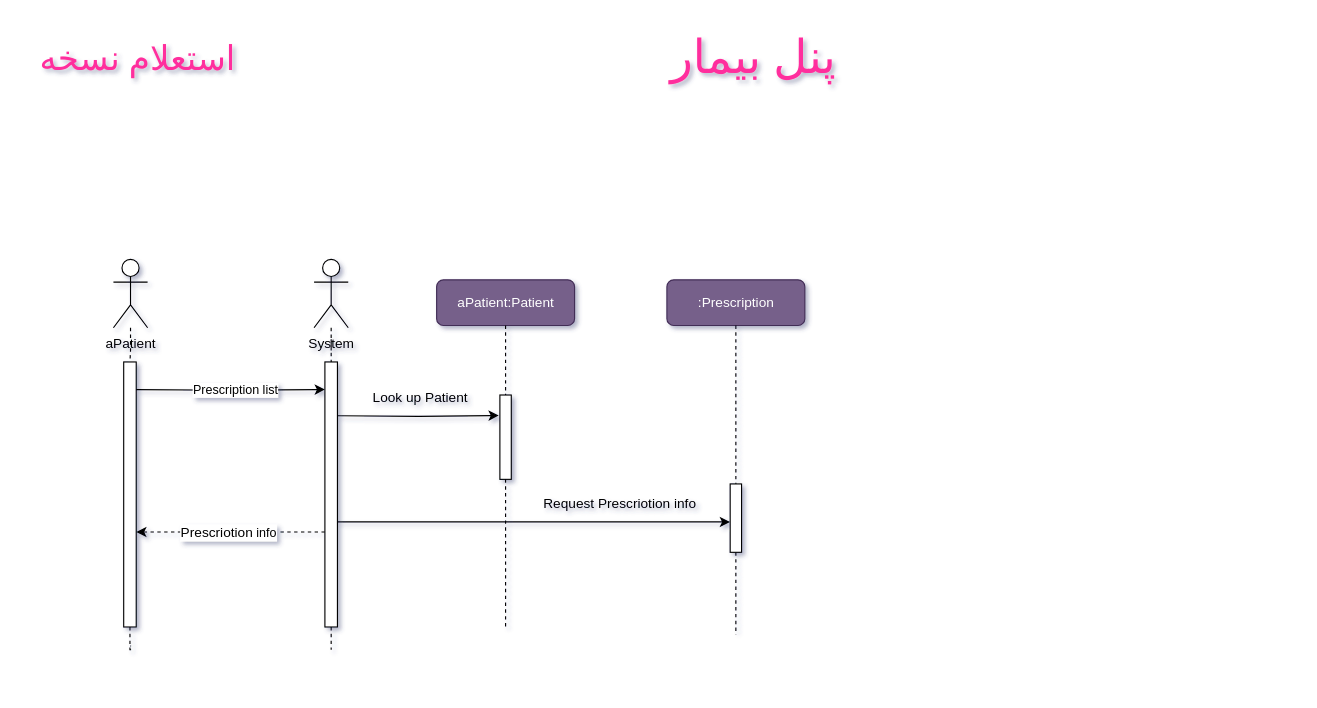
Above: page "استعلام نسخه" (12 of 20) of Sequence Diagram/SequenceDiagram.drawio in Matinrezaei/Software-Lab (draw.io), before the change. Source tidied: cells renumbered, new cells numbered last; positions are measured from the earlier drawing's top-left corner, leaving out a move shared by most shapes. Both pictures are drawn from the tidied source at 114%, with x=0, y=0 at pixel (19, 19).
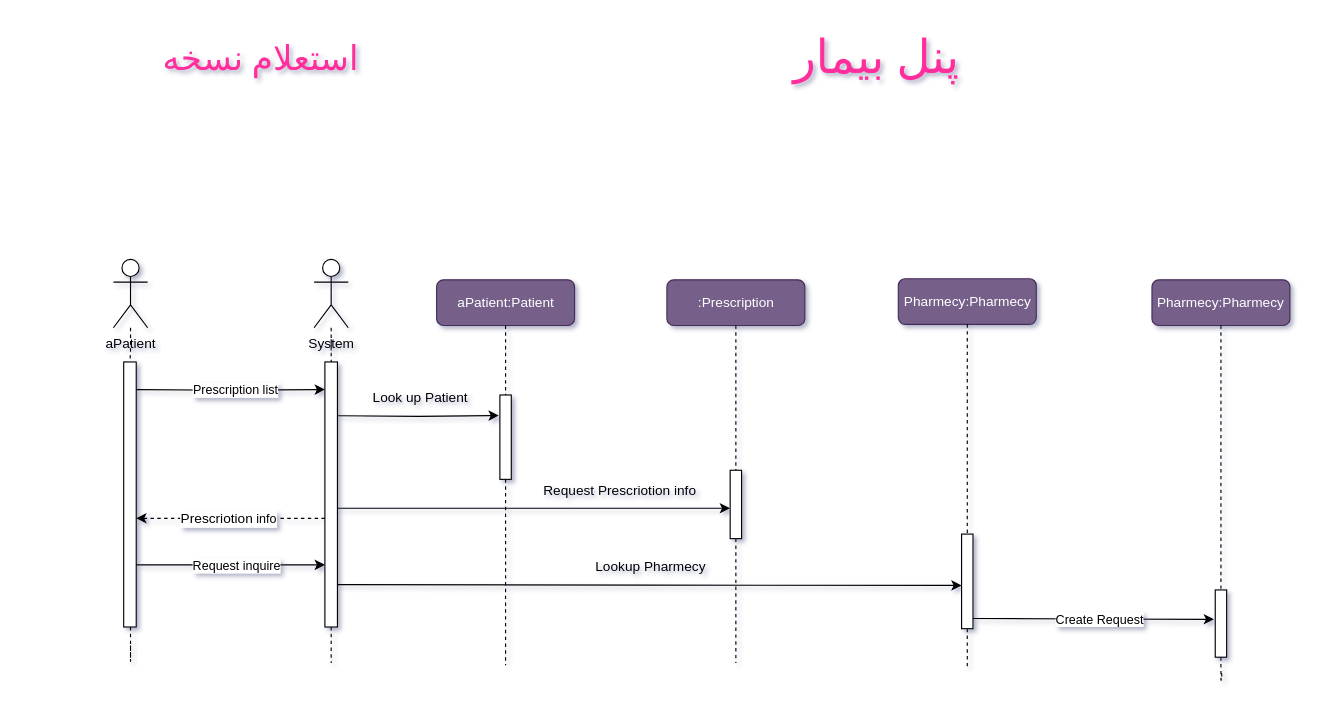
The same page after the edit.

The change refers to these unchanged cells:
```xml
<mxCell id="11" style="rounded=0;whiteSpace=wrap;html=1;direction=south;" parent="1" vertex="1">
  <mxGeometry x="91" y="300" width="11" height="232.5" as="geometry" />
</mxCell>
<mxCell id="14" style="rounded=0;whiteSpace=wrap;html=1;direction=south;" parent="1" vertex="1">
  <mxGeometry x="267.5" y="300" width="11" height="232.5" as="geometry" />
</mxCell>
<mxCell id="20" style="rounded=0;whiteSpace=wrap;html=1;direction=south;" parent="1" vertex="1">
  <mxGeometry x="421" y="329" width="10" height="74" as="geometry" />
</mxCell>
```

Diff of the diagram source:
```diff
@@
     <mxCell id="2" value="&lt;font color=&quot;#ff2e9d&quot; style=&quot;font-size: 41px;&quot; face=&quot;Tahoma&quot;&gt;پنل بیمار&lt;/font&gt;&lt;font style=&quot;font-size: 41px;&quot; face=&quot;_kxpbe5iIvoVPWevJDPW&quot;&gt;&lt;br&gt;&lt;/font&gt;" style="text;html=1;align=center;verticalAlign=middle;strokeColor=none;fillColor=none;" parent="1" vertex="1">
-      <mxGeometry x="561" width="164" height="64" as="geometry" />
+      <mxGeometry x="669" width="164" height="64" as="geometry" />
     </mxCell>
     <mxCell id="3" value="&lt;font style=&quot;font-size: 30px;&quot; color=&quot;#ff2e9d&quot; face=&quot;Tahoma&quot;&gt;استعلام نسخه&lt;/font&gt;" style="text;html=1;align=center;verticalAlign=middle;strokeColor=none;fillColor=none;" parent="1" vertex="1">
-      <mxGeometry y="8" width="206" height="48" as="geometry" />
+      <mxGeometry x="108" y="8" width="206" height="48" as="geometry" />
     </mxCell>
     <mxCell id="4" style="edgeStyle=orthogonalEdgeStyle;rounded=0;jettySize=auto;html=1;dashed=1;endArrow=none;endFill=0;" parent="1" edge="1" source="11">
       <mxGeometry relative="1" as="geometry">
         <mxPoint x="97" y="548.8" as="targetPoint" />
+        <Array as="points">
+          <mxPoint x="97" y="563" />
+          <mxPoint x="96" y="563" />
+          <mxPoint x="96" y="549" />
+        </Array>
       </mxGeometry>
     </mxCell>
@@
     <mxCell id="6" style="edgeStyle=orthogonalEdgeStyle;rounded=0;jettySize=auto;html=1;dashed=1;endArrow=none;endFill=0;" parent="1" edge="1" source="14">
       <mxGeometry relative="1" as="geometry">
         <mxPoint x="273" y="549.2" as="targetPoint" />
+        <Array as="points">
+          <mxPoint x="273" y="564" />
+          <mxPoint x="273" y="564" />
+        </Array>
       </mxGeometry>
     </mxCell>
@@
     <mxCell id="9" style="edgeStyle=orthogonalEdgeStyle;rounded=0;orthogonalLoop=1;jettySize=auto;html=1;entryX=0.5;entryY=1;entryDx=0;entryDy=0;dashed=1;" parent="1" edge="1">
       <mxGeometry relative="1" as="geometry">
-        <mxPoint x="267.5" y="449.2" as="sourcePoint" />
-        <mxPoint x="102" y="449.2" as="targetPoint" />
+        <mxPoint x="267.5" y="437.2" as="sourcePoint" />
+        <mxPoint x="102" y="437.2" as="targetPoint" />
       </mxGeometry>
     </mxCell>
@@
     <mxCell id="15" style="edgeStyle=orthogonalEdgeStyle;rounded=0;jettySize=auto;html=1;endArrow=none;endFill=0;dashed=1;" parent="1" edge="1" source="20">
       <mxGeometry relative="1" as="geometry">
-        <mxPoint x="426" y="535" as="targetPoint" />
+        <mxPoint x="426" y="566" as="targetPoint" />
       </mxGeometry>
     </mxCell>
@@
     <mxCell id="17" style="edgeStyle=orthogonalEdgeStyle;rounded=0;jettySize=auto;html=1;endArrow=none;endFill=0;dashed=1;" parent="1" edge="1" source="23">
       <mxGeometry relative="1" as="geometry">
-        <mxPoint x="628" y="539.3" as="targetPoint" />
+        <mxPoint x="628" y="564" as="targetPoint" />
       </mxGeometry>
     </mxCell>
@@
     <mxCell id="23" style="rounded=0;whiteSpace=wrap;html=1;direction=south;" parent="1" vertex="1">
-      <mxGeometry x="623" y="407" width="10" height="60" as="geometry" />
+      <mxGeometry x="623" y="395" width="10" height="60" as="geometry" />
     </mxCell>
     <mxCell id="24" style="edgeStyle=orthogonalEdgeStyle;rounded=0;jettySize=auto;html=1;entryX=0.555;entryY=1.012;entryDx=0;entryDy=0;entryPerimeter=0;" parent="1" edge="1" target="23">
       <mxGeometry relative="1" as="geometry">
-        <mxPoint x="278.5" y="440.3" as="sourcePoint" />
+        <mxPoint x="278.5" y="428.3" as="sourcePoint" />
         <Array as="points">
-          <mxPoint x="552" y="440" />
+          <mxPoint x="552" y="428" />
         </Array>
       </mxGeometry>
     </mxCell>
     <mxCell id="25" value="&lt;font style=&quot;font-size: 12px;&quot;&gt;Request Prescriotion info&lt;br&gt;&lt;/font&gt;" style="text;html=1;align=center;verticalAlign=middle;strokeColor=none;fillColor=none;" parent="1" vertex="1">
-      <mxGeometry x="450" y="412" width="151" height="26" as="geometry" />
+      <mxGeometry x="450" y="400" width="151" height="26" as="geometry" />
     </mxCell>
@@
+    <mxCell id="28" style="edgeStyle=orthogonalEdgeStyle;rounded=0;orthogonalLoop=1;jettySize=auto;html=1;entryX=0.5;entryY=1;entryDx=0;entryDy=0;" parent="1" edge="1">
+      <mxGeometry relative="1" as="geometry">
+        <mxPoint x="102" y="478" as="sourcePoint" />
+        <mxPoint x="267.5" y="478" as="targetPoint" />
+      </mxGeometry>
+    </mxCell>
+    <mxCell id="29" value="Request inquire" style="edgeLabel;html=1;align=center;verticalAlign=middle;" parent="28" vertex="1">
+      <mxGeometry x="0.05" relative="1" as="geometry" />
+    </mxCell>
+    <mxCell id="30" style="edgeStyle=orthogonalEdgeStyle;rounded=0;jettySize=auto;html=1;endArrow=none;endFill=0;dashed=1;" parent="1" edge="1" source="33">
+      <mxGeometry relative="1" as="geometry">
+        <mxPoint x="831" y="570" as="targetPoint" />
+      </mxGeometry>
+    </mxCell>
+    <mxCell id="31" value="Pharmecy:Pharmecy" style="rounded=1;whiteSpace=wrap;html=1;fillColor=#76608a;fontColor=#ffffff;strokeColor=#432D57;" parent="1" vertex="1">
+      <mxGeometry x="770.5" y="227" width="121" height="40" as="geometry" />
+    </mxCell>
+    <mxCell id="32" style="edgeStyle=orthogonalEdgeStyle;rounded=0;jettySize=auto;html=1;endArrow=none;endFill=0;dashed=1;" parent="1" edge="1" source="31" target="33">
+      <mxGeometry relative="1" as="geometry" />
+    </mxCell>
+    <mxCell id="33" style="rounded=0;whiteSpace=wrap;html=1;direction=south;" parent="1" vertex="1">
+      <mxGeometry x="826" y="451" width="10" height="83" as="geometry" />
+    </mxCell>
+    <mxCell id="34" style="edgeStyle=orthogonalEdgeStyle;rounded=0;orthogonalLoop=1;jettySize=auto;html=1;entryX=0.383;entryY=1;entryDx=0;entryDy=0;entryPerimeter=0;" parent="1" edge="1">
+      <mxGeometry relative="1" as="geometry">
+        <mxPoint x="278.5" y="495.3" as="sourcePoint" />
+        <mxPoint x="826" y="496" as="targetPoint" />
+      </mxGeometry>
+    </mxCell>
+    <mxCell id="35" value="Lookup Pharmecy" style="text;html=1;align=center;verticalAlign=middle;strokeColor=none;fillColor=none;" parent="1" vertex="1">
+      <mxGeometry x="496" y="467" width="114" height="26" as="geometry" />
+    </mxCell>
+    <mxCell id="36" style="edgeStyle=orthogonalEdgeStyle;rounded=0;jettySize=auto;html=1;entryX=0.437;entryY=1.111;entryDx=0;entryDy=0;entryPerimeter=0;" parent="1" edge="1" target="41">
+      <mxGeometry relative="1" as="geometry">
+        <mxPoint x="836" y="525" as="sourcePoint" />
+      </mxGeometry>
+    </mxCell>
+    <mxCell id="37" value="Create Request" style="edgeLabel;html=1;align=center;verticalAlign=middle;" parent="36" vertex="1">
+      <mxGeometry x="0.05" relative="1" as="geometry" />
+    </mxCell>
+    <mxCell id="38" value="Pharmecy:Pharmecy" style="rounded=1;whiteSpace=wrap;html=1;fillColor=#76608a;fontColor=#ffffff;strokeColor=#432D57;" parent="1" vertex="1">
+      <mxGeometry x="993" y="228" width="121" height="40" as="geometry" />
+    </mxCell>
+    <mxCell id="39" style="edgeStyle=orthogonalEdgeStyle;rounded=0;jettySize=auto;html=1;endArrow=none;endFill=0;dashed=1;" parent="1" edge="1" source="41">
+      <mxGeometry relative="1" as="geometry">
+        <mxPoint x="1054" y="571" as="targetPoint" />
+      </mxGeometry>
+    </mxCell>
+    <mxCell id="40" style="edgeStyle=orthogonalEdgeStyle;rounded=0;jettySize=auto;html=1;endArrow=none;endFill=0;dashed=1;" parent="1" edge="1" source="38" target="41">
+      <mxGeometry relative="1" as="geometry" />
+    </mxCell>
+    <mxCell id="41" style="rounded=0;whiteSpace=wrap;html=1;direction=south;" parent="1" vertex="1">
+      <mxGeometry x="1048.5" y="500" width="10" height="59" as="geometry" />
+    </mxCell>
```
